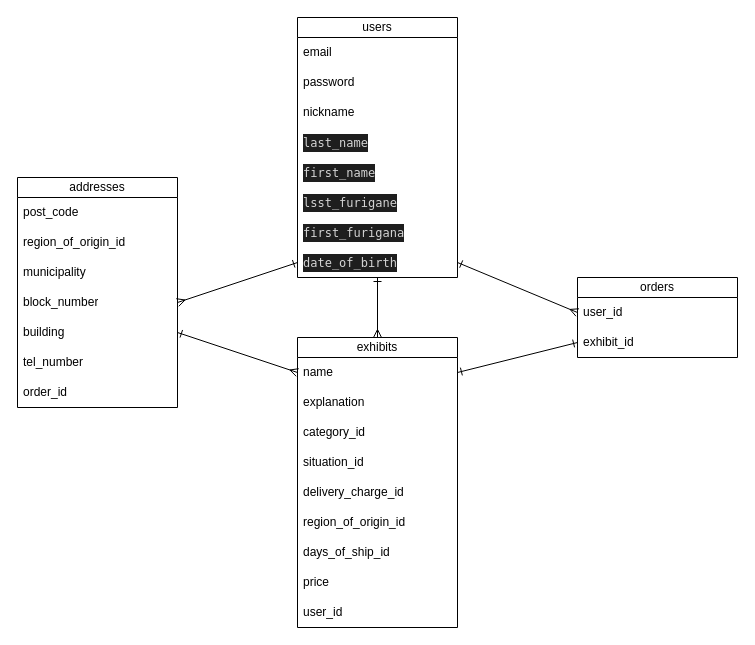
The draw.io diagram furima.dio in testmpc/furima-38889, before the edit. Source tidied: cells renumbered, new cells numbered last; positions are measured from the earlier drawing's top-left corner, leaving out a move shared by most shapes. Both pictures are drawn from the tidied source at 100%, with x=0, y=0 at pixel (17, 17).
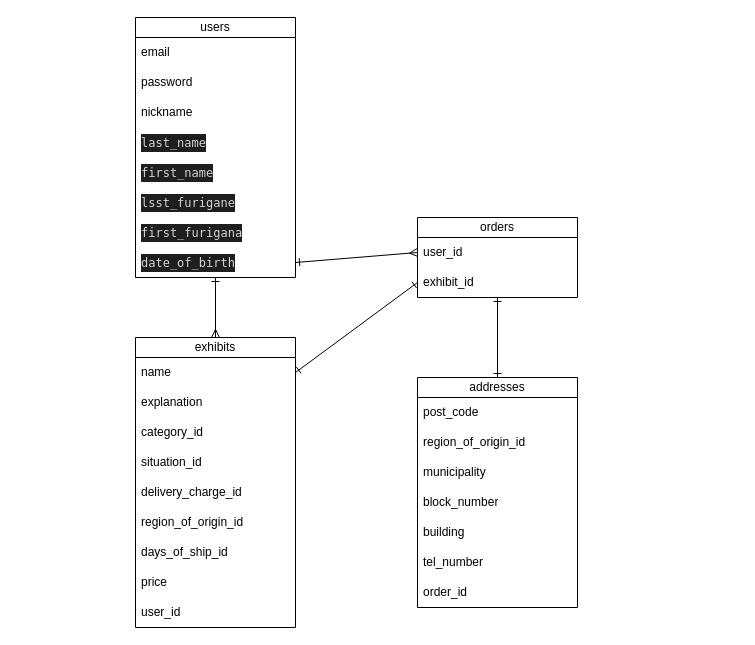
The same page after the edit.

Commit message (it also covers changes not shown here):
データベース設計4回目

The change refers to these unchanged cells:
```xml
<mxCell id="3" value="name" style="text;strokeColor=none;fillColor=none;align=left;verticalAlign=middle;spacingLeft=4;spacingRight=4;overflow=hidden;points=[[0,0.5],[1,0.5]];portConstraint=eastwest;whiteSpace=wrap;html=1;" parent="2" vertex="1">
  <mxGeometry y="20" width="160" height="30" as="geometry" />
</mxCell>
<mxCell id="15" value="exhibit_id" style="text;strokeColor=none;fillColor=none;align=left;verticalAlign=middle;spacingLeft=4;spacingRight=4;overflow=hidden;points=[[0,0.5],[1,0.5]];portConstraint=eastwest;whiteSpace=wrap;html=1;" parent="13" vertex="1">
  <mxGeometry y="50" width="160" height="30" as="geometry" />
</mxCell>
<mxCell id="25" value="&lt;div style=&quot;color: rgb(212, 212, 212); background-color: rgb(30, 30, 30); font-family: Menlo, Monaco, &amp;quot;Courier New&amp;quot;, monospace; line-height: 18px;&quot;&gt;&lt;div style=&quot;line-height: 18px;&quot;&gt;date_of_birth&lt;/div&gt;&lt;/div&gt;" style="text;strokeColor=none;fillColor=none;align=left;verticalAlign=middle;spacingLeft=4;spacingRight=4;overflow=hidden;points=[[0,0.5],[1,0.5]];portConstraint=eastwest;whiteSpace=wrap;html=1;" parent="17" vertex="1">
  <mxGeometry y="230" width="160" height="30" as="geometry" />
</mxCell>
<mxCell id="30" value="block_number" style="text;strokeColor=none;fillColor=none;align=left;verticalAlign=middle;spacingLeft=4;spacingRight=4;overflow=hidden;points=[[0,0.5],[1,0.5]];portConstraint=eastwest;whiteSpace=wrap;html=1;" parent="26" vertex="1">
  <mxGeometry y="110" width="160" height="30" as="geometry" />
</mxCell>
<mxCell id="31" value="building" style="text;strokeColor=none;fillColor=none;align=left;verticalAlign=middle;spacingLeft=4;spacingRight=4;overflow=hidden;points=[[0,0.5],[1,0.5]];portConstraint=eastwest;whiteSpace=wrap;html=1;" parent="26" vertex="1">
  <mxGeometry y="140" width="160" height="30" as="geometry" />
</mxCell>
```

What changed in the source:
```diff
@@
     <mxCell id="2" value="exhibits" style="swimlane;fontStyle=0;horizontal=1;startSize=20;whiteSpace=wrap;html=1;" parent="1" vertex="1">
-      <mxGeometry x="280" y="320" width="160" height="290" as="geometry" />
+      <mxGeometry x="118" y="320" width="160" height="290" as="geometry" />
     </mxCell>
@@
     <mxCell id="13" value="orders" style="swimlane;fontStyle=0;horizontal=1;startSize=20;whiteSpace=wrap;html=1;" parent="1" vertex="1">
-      <mxGeometry x="560" y="260" width="160" height="80" as="geometry" />
+      <mxGeometry x="400" y="200" width="160" height="80" as="geometry" />
     </mxCell>
@@
-    <mxCell id="16" style="edgeStyle=none;html=1;exitX=0;exitY=0.5;exitDx=0;exitDy=0;endArrow=ERmany;endFill=0;entryX=1;entryY=0.5;entryDx=0;entryDy=0;startArrow=ERone;startFill=0;" parent="1" edge="1" source="25" target="30">
-      <mxGeometry relative="1" as="geometry" />
-    </mxCell>
     <mxCell id="17" value="users" style="swimlane;fontStyle=0;horizontal=1;startSize=20;whiteSpace=wrap;html=1;" parent="1" vertex="1">
-      <mxGeometry x="280" width="160" height="260" as="geometry" />
+      <mxGeometry x="118" width="160" height="260" as="geometry" />
     </mxCell>
@@
     <mxCell id="26" value="addresses" style="swimlane;fontStyle=0;horizontal=1;startSize=20;whiteSpace=wrap;html=1;" parent="1" vertex="1">
-      <mxGeometry y="160" width="160" height="230" as="geometry" />
+      <mxGeometry x="400" y="360" width="160" height="230" as="geometry" />
     </mxCell>
@@
-    <mxCell id="34" style="edgeStyle=none;html=1;exitX=1;exitY=0.5;exitDx=0;exitDy=0;endArrow=ERmany;endFill=0;entryX=0;entryY=0.5;entryDx=0;entryDy=0;startArrow=ERone;startFill=0;" parent="1" edge="1" source="31" target="3">
-      <mxGeometry relative="1" as="geometry" />
-    </mxCell>
@@
+    <mxCell id="37" style="edgeStyle=none;html=1;startArrow=ERone;startFill=0;endArrow=ERone;endFill=0;entryX=0.5;entryY=0;entryDx=0;entryDy=0;" parent="1" edge="1" source="15" target="26">
+      <mxGeometry relative="1" as="geometry" />
+    </mxCell>
```
